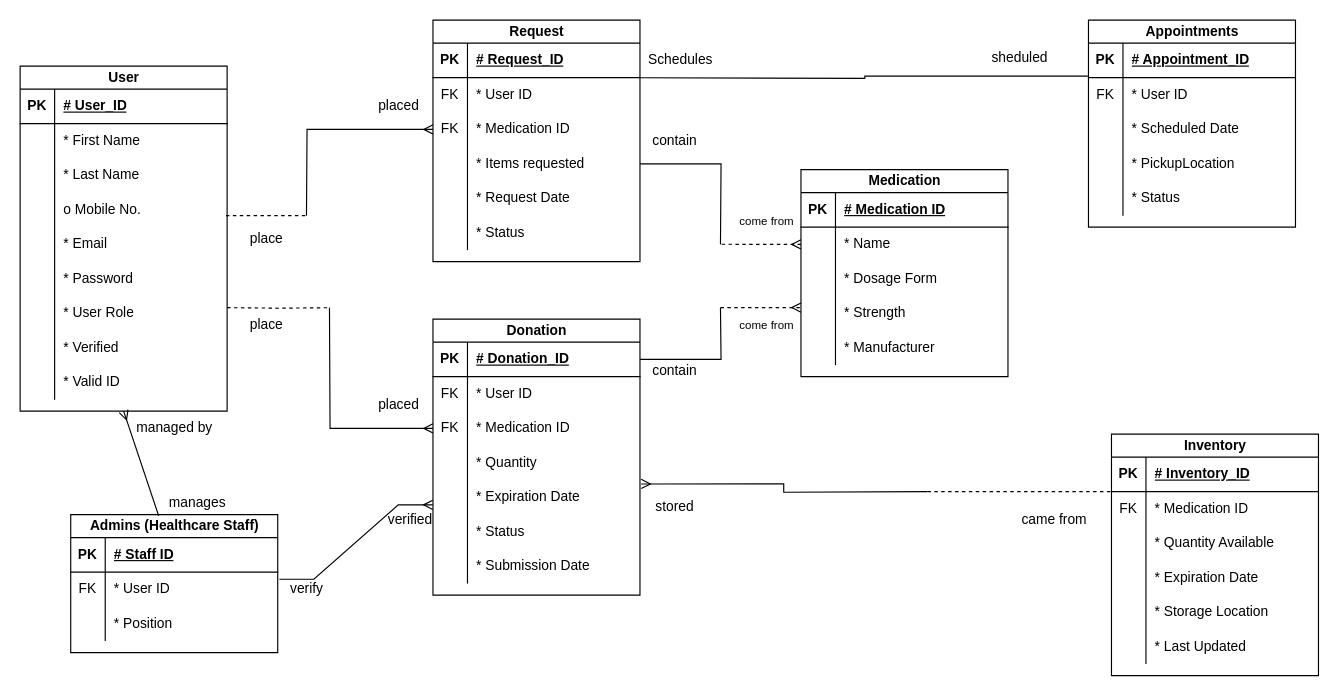
Before: Untitled Diagram.drawio in lucifron28/Information-Management, a draw.io diagram. Source tidied: cells renumbered, new cells numbered last; positions are measured from the earlier drawing's top-left corner, leaving out a move shared by most shapes. Both pictures are drawn from the tidied source at 115%, with x=0, y=0 at pixel (20, 20).
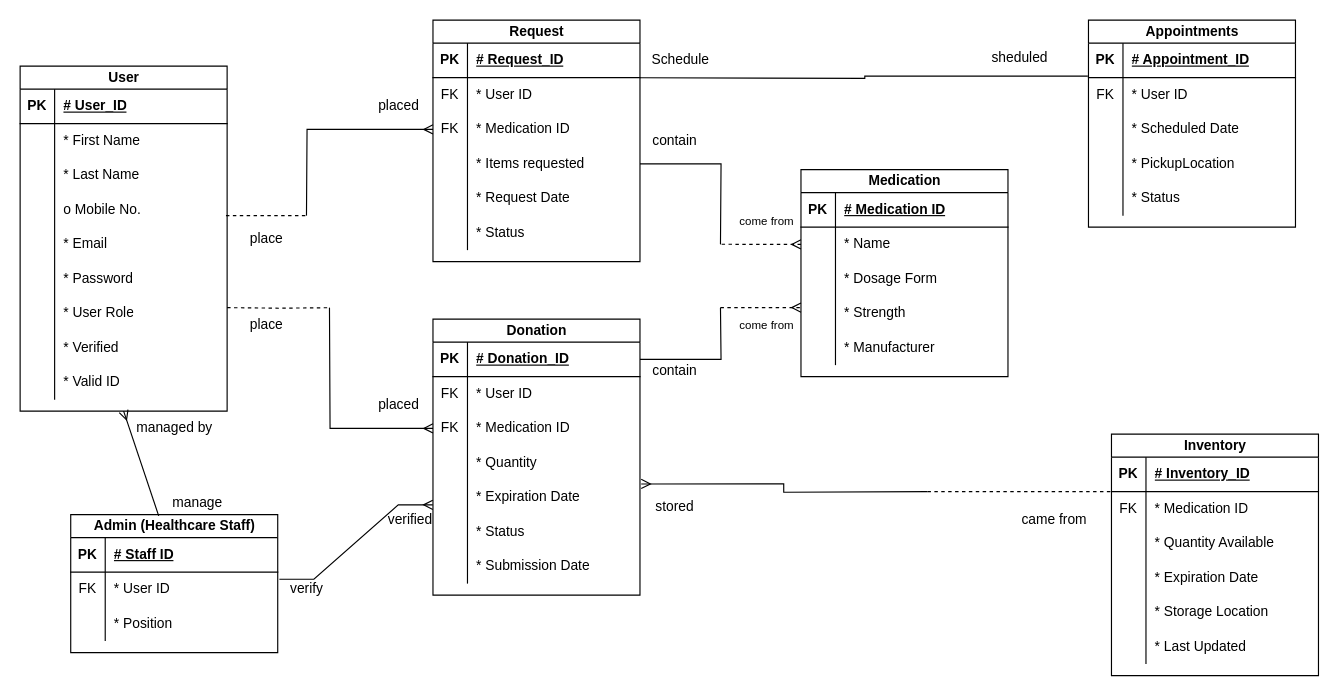
The same diagram, later.

Change to the diagram source:
```diff
@@
-    <mxCell id="122" value="Admins (Healthcare Staff)" style="shape=table;startSize=20;childLayout=tableLayout;rowLines=0;fontStyle=1;align=center;html=1;" parent="1" vertex="1">
+    <mxCell id="122" value="Admin (Healthcare Staff)" style="shape=table;startSize=20;childLayout=tableLayout;rowLines=0;fontStyle=1;align=center;html=1;" parent="1" vertex="1">
       <mxGeometry x="44" y="430" width="180" height="120" as="geometry" />
     </mxCell>
@@
-    <mxCell id="135" value="Schedules" style="text;html=1;align=center;verticalAlign=middle;strokeColor=none;fillColor=none;" parent="1" vertex="1">
-      <mxGeometry x="534" y="20" width="80" height="30" as="geometry" />
+    <mxCell id="135" value="Schedule" style="text;html=1;align=center;verticalAlign=middle;strokeColor=none;fillColor=none;" parent="1" vertex="1">
+      <mxGeometry x="539" y="20" width="70" height="30" as="geometry" />
     </mxCell>
@@
-    <mxCell id="158" value="manages" style="text;html=1;align=center;verticalAlign=middle;strokeColor=none;fillColor=none;" parent="1" vertex="1">
+    <mxCell id="158" value="manage" style="text;html=1;align=center;verticalAlign=middle;strokeColor=none;fillColor=none;" parent="1" vertex="1">
       <mxGeometry x="119" y="405" width="70" height="30" as="geometry" />
     </mxCell>
```
